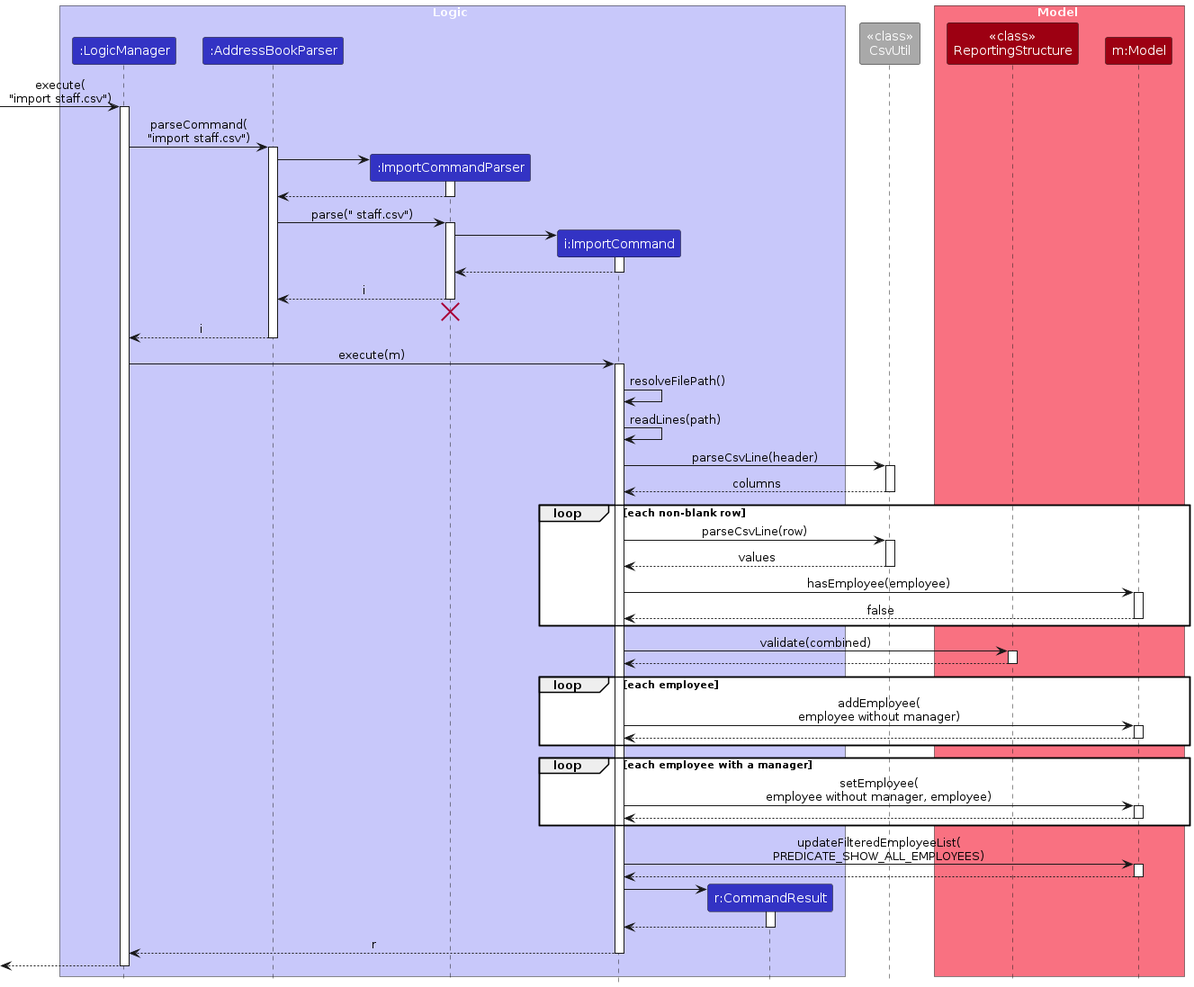
Above: diagrams/ImportSequenceDiagram.png in AY2627S1-CS2103T-W10-4/tp (PlantUML), before the change. Its source is kept beside it as diagrams/ImportSequenceDiagram.puml.
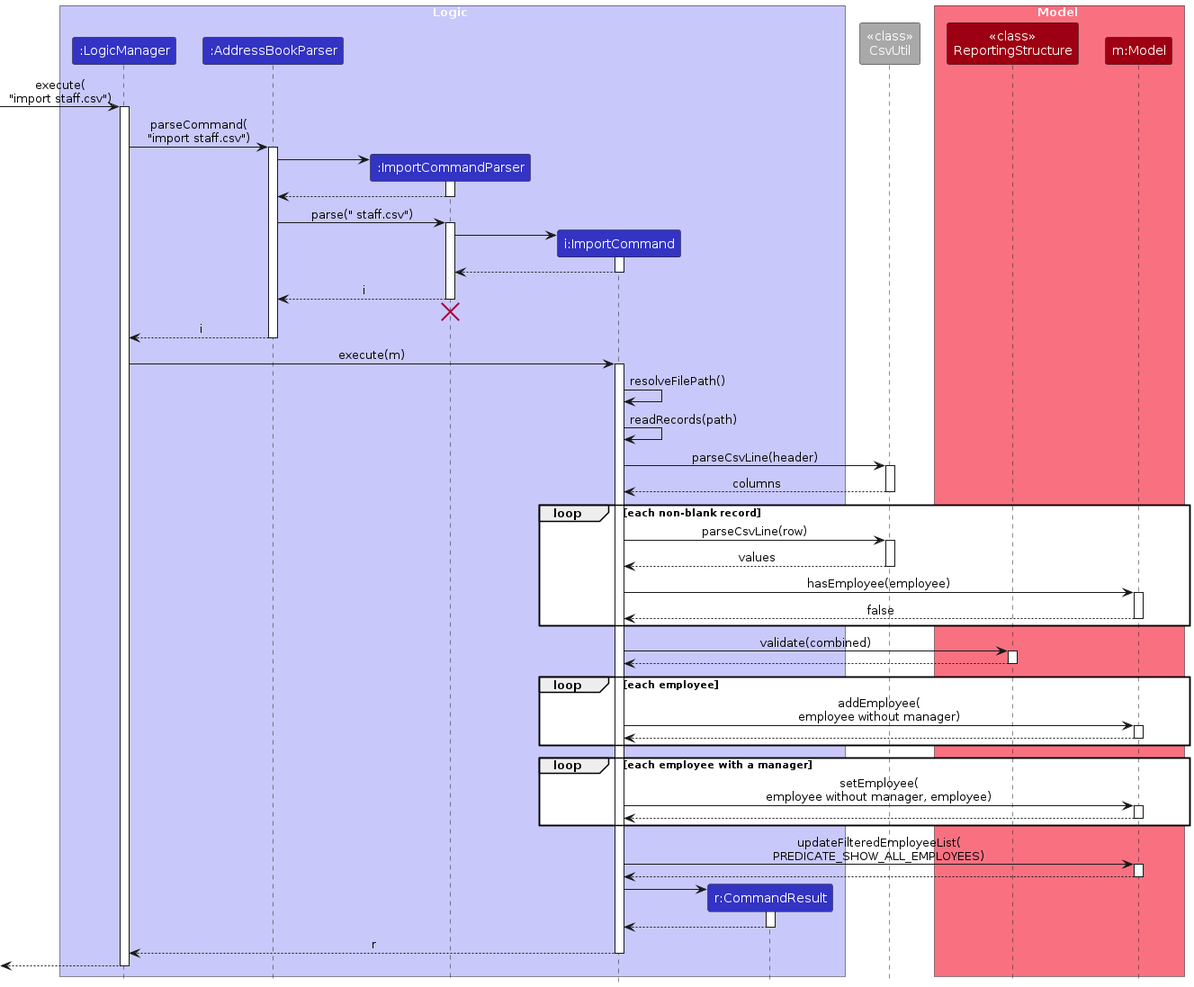
After the commit.

What changed in the source:
```diff
@@ -50,14 +50,14 @@
 activate ImportCommand
 
 ImportCommand -> ImportCommand : resolveFilePath()
-ImportCommand -> ImportCommand : readLines(path)
+ImportCommand -> ImportCommand : readRecords(path)
 
 ImportCommand -> CsvUtil : parseCsvLine(header)
 activate CsvUtil
 CsvUtil --> ImportCommand : columns
 deactivate CsvUtil
 
-loop each non-blank row
+loop each non-blank record
     ImportCommand -> CsvUtil : parseCsvLine(row)
     activate CsvUtil
     CsvUtil --> ImportCommand : values
```
